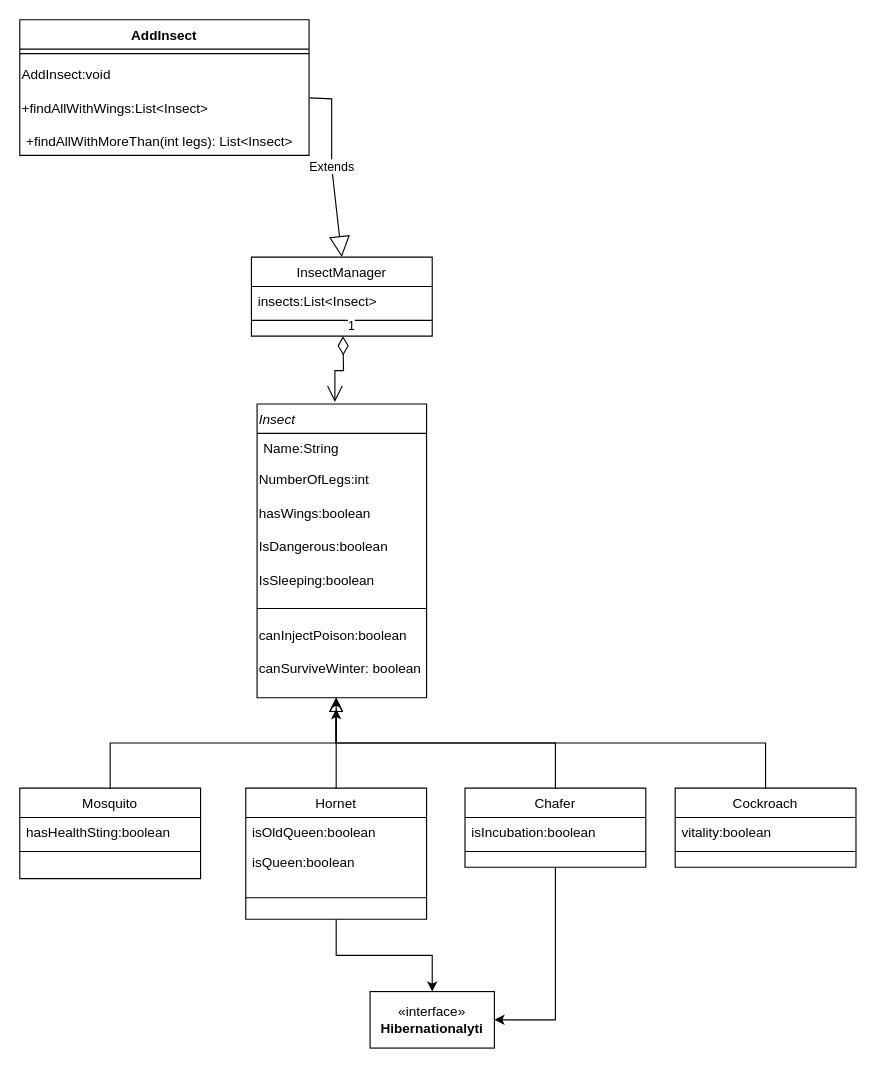
Above: Insect-class.drawio in Danvace/Insect-Java (draw.io), before the change. Source tidied: cells renumbered, new cells numbered last; positions are measured from the earlier drawing's top-left corner, leaving out a move shared by most shapes. Both pictures are drawn from the tidied source at 113%, with x=0, y=0 at pixel (19, 19).
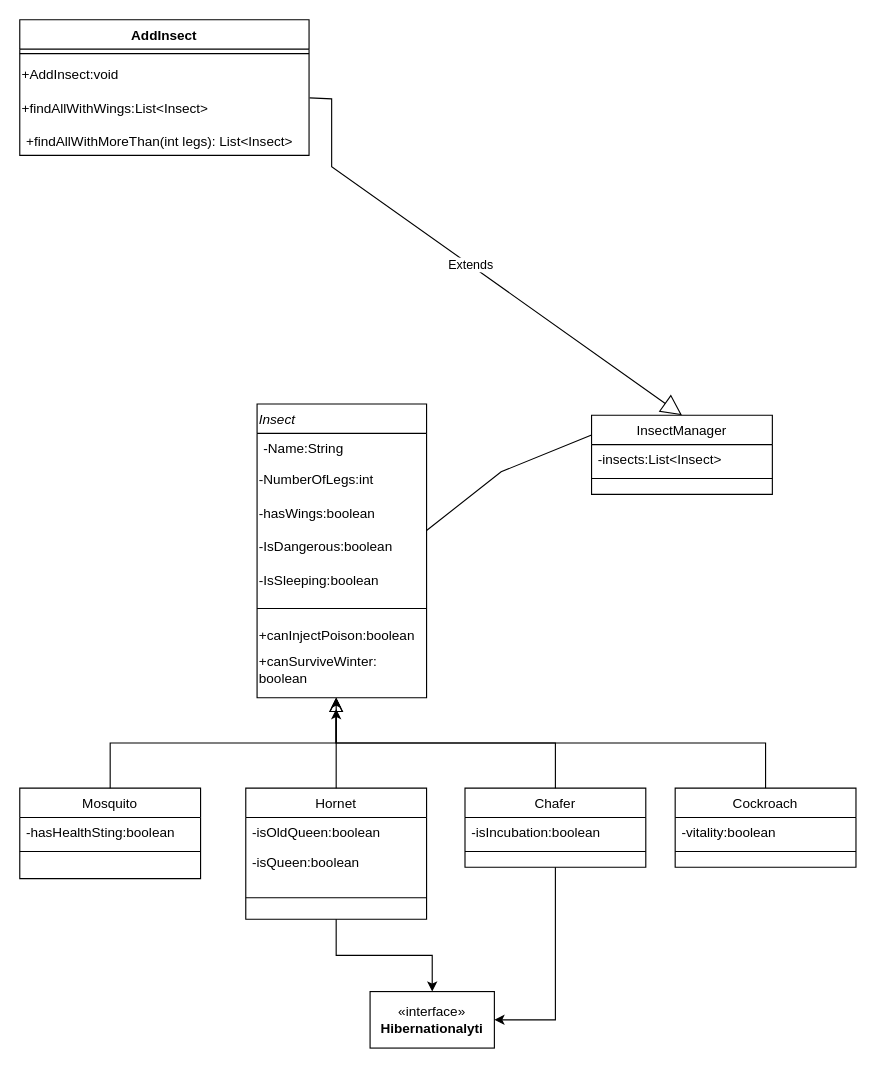
The same page after the edit.

The change refers to these unchanged cells:
```xml
<mxCell id="2" value="Insect" style="swimlane;fontStyle=2;align=left;verticalAlign=top;horizontal=1;startSize=26;rounded=0;shadow=0;strokeWidth=1;" parent="1" vertex="1">
  <mxGeometry x="210" y="340" width="150" height="260" as="geometry" />
</mxCell>
<mxCell id="11" value="Mosquito" style="swimlane;fontStyle=0;align=center;verticalAlign=top;horizontal=1;startSize=26;rounded=0;shadow=0;strokeWidth=1;" parent="1" vertex="1">
  <mxGeometry y="680" width="160" height="80" as="geometry" />
</mxCell>
<mxCell id="16" value="Hornet" style="swimlane;fontStyle=0;align=center;verticalAlign=top;horizontal=1;startSize=26;rounded=0;shadow=0;strokeWidth=1;" parent="1" vertex="1">
  <mxGeometry x="200" y="680" width="160" height="116" as="geometry" />
</mxCell>
<mxCell id="25" value="Chafer" style="swimlane;fontStyle=0;align=center;verticalAlign=top;horizontal=1;startSize=26;rounded=0;shadow=0;strokeWidth=1;" parent="1" vertex="1">
  <mxGeometry x="394" y="680" width="160" height="70" as="geometry" />
</mxCell>
<mxCell id="29" value="Cockroach" style="swimlane;fontStyle=0;align=center;verticalAlign=top;horizontal=1;startSize=26;rounded=0;shadow=0;strokeWidth=1;" parent="1" vertex="1">
  <mxGeometry x="580" y="680" width="160" height="70" as="geometry" />
</mxCell>
<mxCell id="35" value="AddInsect&lt;br&gt;" style="swimlane;fontStyle=1;align=center;verticalAlign=top;horizontal=1;startSize=26;whiteSpace=wrap;html=1;" parent="1" vertex="1">
  <mxGeometry width="256" height="120" as="geometry" />
</mxCell>
```

What changed in the source:
```diff
@@
-    <mxCell id="3" value="Name:String" style="text;align=left;verticalAlign=top;spacingLeft=4;spacingRight=4;overflow=hidden;" parent="2" vertex="1">
+    <mxCell id="3" value="-Name:String&#10;" style="text;align=left;verticalAlign=top;spacingLeft=4;spacingRight=4;overflow=hidden;" parent="2" vertex="1">
       <mxGeometry y="26" width="150" height="26" as="geometry" />
     </mxCell>
-    <mxCell id="4" value="NumberOfLegs:int" style="text;html=1;strokeColor=none;fillColor=none;align=left;verticalAlign=middle;whiteSpace=wrap;rounded=0;spacingLeft=0;labelPosition=center;verticalLabelPosition=middle;" parent="2" vertex="1">
+    <mxCell id="4" value="-NumberOfLegs:int" style="text;html=1;strokeColor=none;fillColor=none;align=left;verticalAlign=middle;whiteSpace=wrap;rounded=0;spacingLeft=0;labelPosition=center;verticalLabelPosition=middle;" parent="2" vertex="1">
       <mxGeometry y="52" width="150" height="30" as="geometry" />
     </mxCell>
-    <mxCell id="5" value="hasWings:boolean" style="text;html=1;strokeColor=none;fillColor=none;align=left;verticalAlign=middle;whiteSpace=wrap;rounded=0;" parent="2" vertex="1">
+    <mxCell id="5" value="-hasWings:boolean" style="text;html=1;strokeColor=none;fillColor=none;align=left;verticalAlign=middle;whiteSpace=wrap;rounded=0;" parent="2" vertex="1">
       <mxGeometry y="82" width="150" height="30" as="geometry" />
     </mxCell>
-    <mxCell id="6" value="IsDangerous:boolean" style="text;html=1;strokeColor=none;fillColor=none;align=left;verticalAlign=middle;whiteSpace=wrap;rounded=0;textDirection=ltr;" parent="2" vertex="1">
+    <mxCell id="6" value="-IsDangerous:boolean" style="text;html=1;strokeColor=none;fillColor=none;align=left;verticalAlign=middle;whiteSpace=wrap;rounded=0;textDirection=ltr;" parent="2" vertex="1">
       <mxGeometry y="112" width="150" height="30" as="geometry" />
     </mxCell>
-    <mxCell id="7" value="IsSleeping:boolean" style="text;html=1;strokeColor=none;fillColor=none;align=left;verticalAlign=middle;whiteSpace=wrap;rounded=0;textDirection=ltr;" parent="2" vertex="1">
+    <mxCell id="7" value="-IsSleeping:boolean" style="text;html=1;strokeColor=none;fillColor=none;align=left;verticalAlign=middle;whiteSpace=wrap;rounded=0;textDirection=ltr;" parent="2" vertex="1">
       <mxGeometry y="142" width="150" height="30" as="geometry" />
     </mxCell>
@@
-    <mxCell id="9" value="canInjectPoison:boolean" style="text;html=1;strokeColor=none;fillColor=none;align=left;verticalAlign=middle;whiteSpace=wrap;rounded=0;" parent="2" vertex="1">
+    <mxCell id="9" value="+canInjectPoison:boolean" style="text;html=1;strokeColor=none;fillColor=none;align=left;verticalAlign=middle;whiteSpace=wrap;rounded=0;" parent="2" vertex="1">
       <mxGeometry y="190" width="150" height="30" as="geometry" />
     </mxCell>
-    <mxCell id="10" value="canSurviveWinter: boolean" style="text;html=1;strokeColor=none;fillColor=none;align=left;verticalAlign=middle;whiteSpace=wrap;rounded=0;" parent="2" vertex="1">
+    <mxCell id="10" value="+canSurviveWinter: boolean" style="text;html=1;strokeColor=none;fillColor=none;align=left;verticalAlign=middle;whiteSpace=wrap;rounded=0;" parent="2" vertex="1">
       <mxGeometry y="220" width="150" height="30" as="geometry" />
     </mxCell>
@@
-    <mxCell id="12" value="hasHealthSting:boolean" style="text;align=left;verticalAlign=top;spacingLeft=4;spacingRight=4;overflow=hidden;" parent="11" vertex="1">
+    <mxCell id="12" value="-hasHealthSting:boolean" style="text;align=left;verticalAlign=top;spacingLeft=4;spacingRight=4;overflow=hidden;" parent="11" vertex="1">
       <mxGeometry y="26" width="160" height="26" as="geometry" />
     </mxCell>
@@
-    <mxCell id="17" value="isOldQueen:boolean" style="text;align=left;verticalAlign=top;spacingLeft=4;spacingRight=4;overflow=hidden;" parent="16" vertex="1">
+    <mxCell id="17" value="-isOldQueen:boolean" style="text;align=left;verticalAlign=top;spacingLeft=4;spacingRight=4;overflow=hidden;" parent="16" vertex="1">
       <mxGeometry y="26" width="160" height="26" as="geometry" />
     </mxCell>
-    <mxCell id="18" value="isQueen:boolean" style="text;align=left;verticalAlign=top;spacingLeft=4;spacingRight=4;overflow=hidden;" parent="16" vertex="1">
+    <mxCell id="18" value="-isQueen:boolean" style="text;align=left;verticalAlign=top;spacingLeft=4;spacingRight=4;overflow=hidden;" parent="16" vertex="1">
       <mxGeometry y="52" width="160" height="26" as="geometry" />
     </mxCell>
@@
     <mxCell id="21" value="InsectManager" style="swimlane;fontStyle=0;align=center;verticalAlign=top;horizontal=1;startSize=26;rounded=0;shadow=0;strokeWidth=1;" parent="1" vertex="1">
-      <mxGeometry x="205" y="210" width="160" height="70" as="geometry" />
+      <mxGeometry x="506" y="350" width="160" height="70" as="geometry" />
     </mxCell>
-    <mxCell id="22" value="insects:List&lt;Insect&gt;" style="text;align=left;verticalAlign=top;spacingLeft=4;spacingRight=4;overflow=hidden;" parent="21" vertex="1">
+    <mxCell id="22" value="-insects:List&lt;Insect&gt;" style="text;align=left;verticalAlign=top;spacingLeft=4;spacingRight=4;overflow=hidden;" parent="21" vertex="1">
       <mxGeometry y="26" width="160" height="26" as="geometry" />
     </mxCell>
@@
-    <mxCell id="26" value="isIncubation:boolean" style="text;align=left;verticalAlign=top;spacingLeft=4;spacingRight=4;overflow=hidden;" parent="25" vertex="1">
+    <mxCell id="26" value="-isIncubation:boolean" style="text;align=left;verticalAlign=top;spacingLeft=4;spacingRight=4;overflow=hidden;" parent="25" vertex="1">
       <mxGeometry y="26" width="160" height="26" as="geometry" />
     </mxCell>
@@
-    <mxCell id="30" value="vitality:boolean" style="text;align=left;verticalAlign=top;spacingLeft=4;spacingRight=4;overflow=hidden;" parent="29" vertex="1">
+    <mxCell id="30" value="-vitality:boolean" style="text;align=left;verticalAlign=top;spacingLeft=4;spacingRight=4;overflow=hidden;" parent="29" vertex="1">
       <mxGeometry y="26" width="160" height="26" as="geometry" />
     </mxCell>
@@
-    <mxCell id="34" value="1" style="endArrow=open;html=1;endSize=12;startArrow=diamondThin;startSize=14;startFill=0;edgeStyle=orthogonalEdgeStyle;align=left;verticalAlign=bottom;rounded=0;entryX=0.459;entryY=-0.007;entryDx=0;entryDy=0;entryPerimeter=0;" parent="1" edge="1" target="2">
-      <mxGeometry x="-1" y="3" relative="1" as="geometry">
-        <mxPoint x="286" y="280" as="sourcePoint" />
-      </mxGeometry>
-    </mxCell>
@@
-    <mxCell id="37" value="AddInsect:void" style="text;html=1;strokeColor=none;fillColor=none;align=left;verticalAlign=middle;whiteSpace=wrap;rounded=0;" parent="35" vertex="1">
+    <mxCell id="37" value="+AddInsect:void" style="text;html=1;strokeColor=none;fillColor=none;align=left;verticalAlign=middle;whiteSpace=wrap;rounded=0;" parent="35" vertex="1">
       <mxGeometry y="34" width="256" height="30" as="geometry" />
     </mxCell>
@@
+    <mxCell id="41" style="endArrow=none;html=1;rounded=0;exitX=1;exitY=0;exitDx=0;exitDy=0;entryX=0;entryY=0.25;entryDx=0;entryDy=0;" parent="1" edge="1" source="6" target="21">
+      <mxGeometry relative="1" as="geometry">
+        <Array as="points">
+          <mxPoint x="426" y="400" />
+        </Array>
+      </mxGeometry>
+    </mxCell>
```
